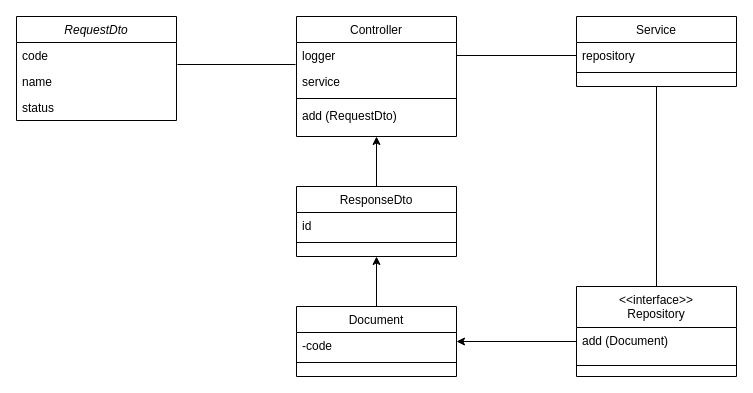
Earlier version of the draw.io diagram page "1. Add form" (8 of 11) of Class diagram.drawio (mitgaming/drawio). Source tidied: cells renumbered, new cells numbered last; positions are measured from the earlier drawing's top-left corner, leaving out a move shared by most shapes. Both pictures are drawn from the tidied source at 100%, with x=0, y=0 at pixel (16, 16).
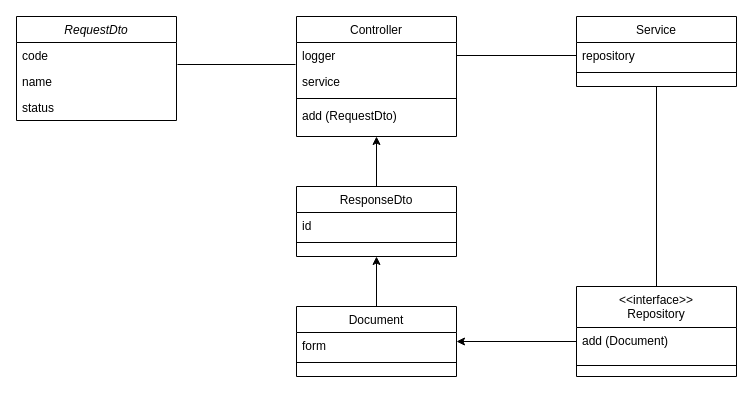
The same page after the edit.

Unchanged cells that the change refers to:
```xml
<mxCell id="19" value="Document" style="swimlane;fontStyle=0;align=center;verticalAlign=top;horizontal=1;startSize=26;rounded=0;shadow=0;strokeWidth=1;" parent="1" vertex="1">
  <mxGeometry x="280" y="290" width="160" height="70" as="geometry" />
</mxCell>
```

Change to the diagram source:
```diff
@@
-    <mxCell id="20" value="-code" style="text;align=left;verticalAlign=top;spacingLeft=4;spacingRight=4;overflow=hidden;" parent="19" vertex="1">
+    <mxCell id="20" value="form" style="text;align=left;verticalAlign=top;spacingLeft=4;spacingRight=4;overflow=hidden;" parent="19" vertex="1">
       <mxGeometry y="26" width="160" height="26" as="geometry" />
     </mxCell>
```
